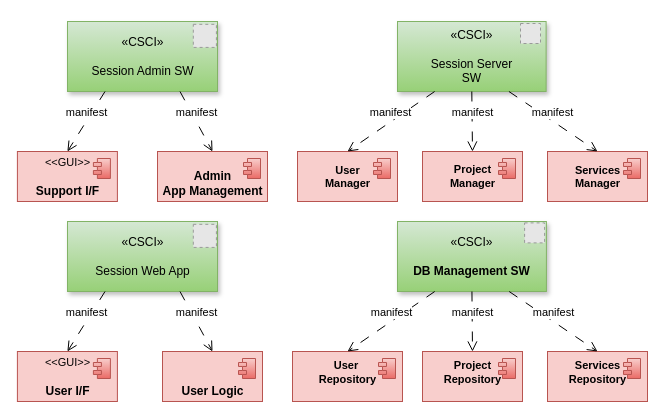
Earlier version of the draw.io diagram page "SAD Software Component" (2 of 2) of SAD Diagrams.drawio (Itaybarbar/myProject). Source tidied: cells renumbered, new cells numbered last; positions are measured from the earlier drawing's top-left corner, leaving out a move shared by most shapes. Both pictures are drawn from the tidied source at 100%, with x=0, y=0 at pixel (17, 21). Pictures stored in the file or linked from it are replaced by grey dashed boxes.
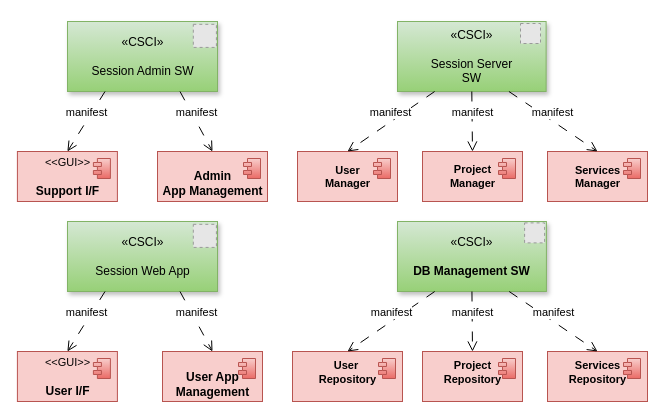
Above is the later version.

What changed in the source:
```diff
@@
-    <mxCell id="40" value="&lt;blockquote style=&quot;margin: 0 0 0 40px ; border: none ; padding: 0px&quot;&gt;&lt;/blockquote&gt;&lt;span style=&quot;font-size: 11px&quot;&gt;&lt;span style=&quot;font-weight: normal&quot;&gt;&lt;br&gt;&lt;/span&gt;&lt;br&gt;&lt;/span&gt;User Logic&lt;br&gt; " style="html=1;fillColor=#f8cecc;strokeColor=#b85450;align=center;fontStyle=1;" parent="1" vertex="1">
+    <mxCell id="40" value="&lt;blockquote style=&quot;margin: 0 0 0 40px ; border: none ; padding: 0px&quot;&gt;&lt;/blockquote&gt;&lt;span style=&quot;font-size: 11px&quot;&gt;&lt;span style=&quot;font-weight: normal&quot;&gt;&lt;br&gt;&lt;/span&gt;&lt;br&gt;&lt;/span&gt;User App&lt;br&gt;Management&lt;br&gt; " style="html=1;fillColor=#f8cecc;strokeColor=#b85450;align=center;fontStyle=1;verticalAlign=bottom;" parent="1" vertex="1">
       <mxGeometry x="145" y="330" width="100" height="50" as="geometry" />
     </mxCell>
```
